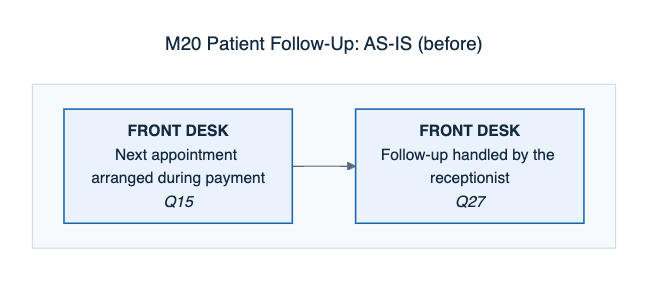
0phem/multibranch-dental-clinic keeps this Mermaid diagram as docs/defense/diagrams/png/M20-patient-follow-up-as-is.png. Above is the earlier version. Its source is kept beside it as docs/defense/diagrams/M20-patient-follow-up-as-is.mmd. Source of this version:
```mermaid
---
title: "M20 Patient Follow-Up: AS-IS (before)"
---
flowchart TB
    subgraph L1[" "]
    direction LR
      S0["<b>FRONT DESK</b><br/>Next appointment arranged during payment<br/><i>Q15</i>"]:::cited
      S1["<b>FRONT DESK</b><br/>Follow-up handled by the receptionist<br/><i>Q27</i>"]:::cited
    end
    S0 --> S1
    classDef cited fill:#eaf3fd,stroke:#1865ac,color:#142a40,stroke-width:1.5px
    classDef confirm fill:#fffaf0,stroke:#b26a00,color:#5e3c00,stroke-width:1.5px,stroke-dasharray:6 4
    classDef auto fill:#e6f5ee,stroke:#0c7f75,color:#0f3d33,stroke-width:1.5px
    classDef manual fill:#eaf3fd,stroke:#1865ac,color:#142a40,stroke-width:1.5px
    classDef mock fill:#f3f5f7,stroke:#5a6b7d,color:#3a4e63,stroke-width:1.5px,stroke-dasharray:3 3
    classDef planned fill:#ffffff,stroke:#5a6b7d,color:#3a4e63,stroke-width:1.5px,stroke-dasharray:6 4
```
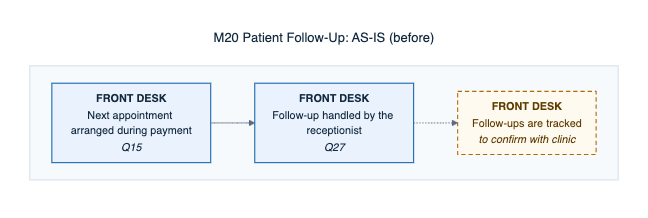
The same file after the commit.

Change to the diagram source:
```diff
@@ -6,8 +6,10 @@
     direction LR
       S0["<b>FRONT DESK</b><br/>Next appointment arranged during payment<br/><i>Q15</i>"]:::cited
       S1["<b>FRONT DESK</b><br/>Follow-up handled by the receptionist<br/><i>Q27</i>"]:::cited
+      S2["<b>FRONT DESK</b><br/>Follow-ups are tracked<br/><i>to confirm with clinic</i>"]:::confirm
     end
     S0 --> S1
+    S1 -.-> S2
     classDef cited fill:#eaf3fd,stroke:#1865ac,color:#142a40,stroke-width:1.5px
     classDef confirm fill:#fffaf0,stroke:#b26a00,color:#5e3c00,stroke-width:1.5px,stroke-dasharray:6 4
     classDef auto fill:#e6f5ee,stroke:#0c7f75,color:#0f3d33,stroke-width:1.5px
```
